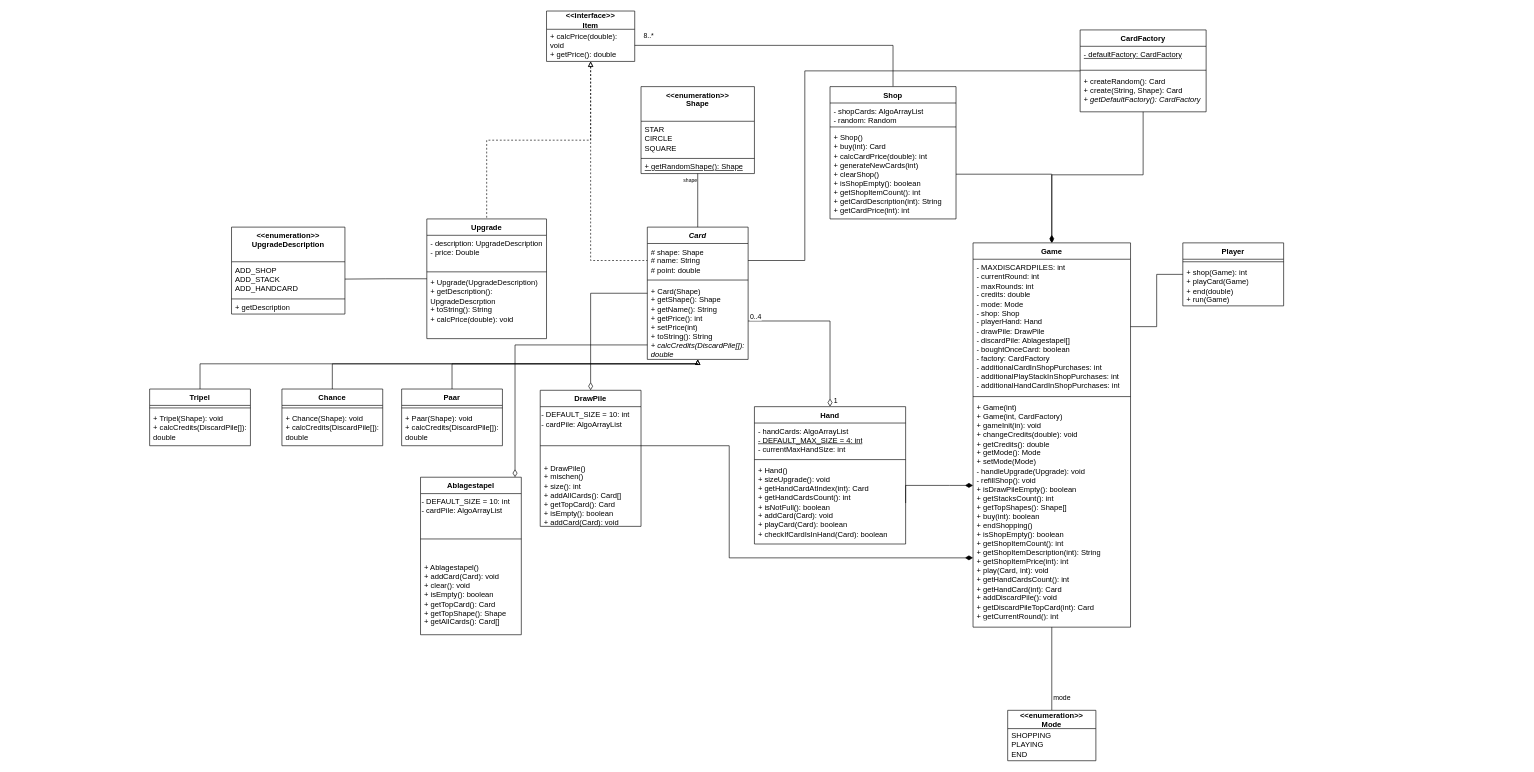
Above: UML/KrassesProgrammierenProjekt.drawio in TrainFan1804/CardGame (draw.io), before the change. Source tidied: cells renumbered, new cells numbered last; positions are measured from the earlier drawing's top-left corner, leaving out a move shared by most shapes. Both pictures are drawn from the tidied source at 63%, with x=0, y=0 at pixel (149, 11).
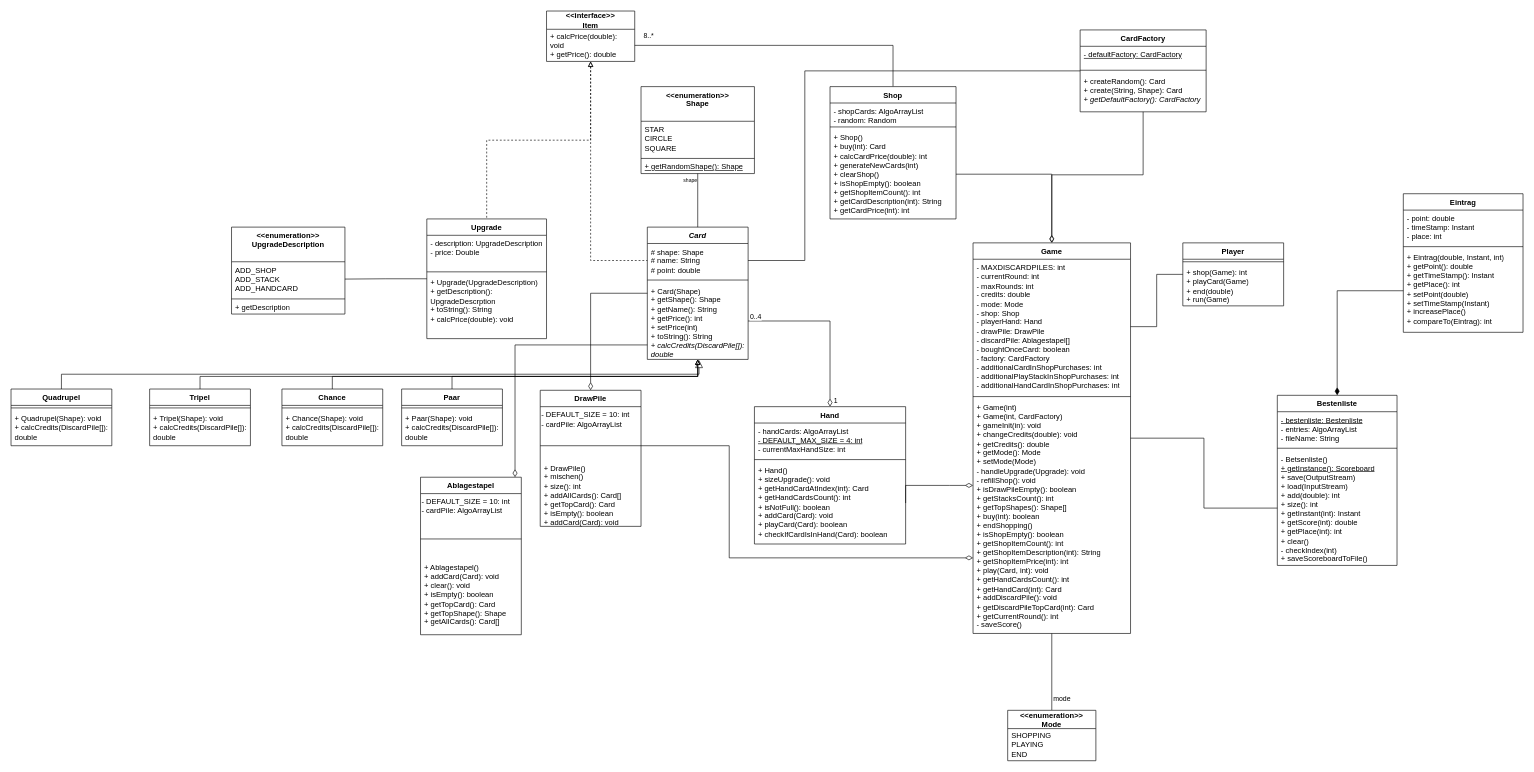
The same diagram, later.

The change refers to these unchanged cells:
```xml
<mxCell id="7" value="&lt;i&gt;Card&lt;/i&gt;" style="swimlane;fontStyle=1;align=center;verticalAlign=top;horizontal=1;startSize=26;whiteSpace=wrap;html=1;labelBackgroundColor=none;" parent="1" vertex="1">
  <mxGeometry x="790" y="343" width="160" height="210" as="geometry" />
</mxCell>
<mxCell id="10" value="+ Card(Shape)&lt;div&gt;+ getShape(): Shape&lt;/div&gt;&lt;div&gt;+ getName(): String&lt;/div&gt;&lt;div&gt;+ getPrice(): int&lt;/div&gt;&lt;div&gt;+ setPrice(int)&lt;/div&gt;&lt;div&gt;+ toString(): String&lt;/div&gt;&lt;div&gt;&lt;i&gt;+ calcCredits(DiscardPile[]): double&lt;/i&gt;&lt;br&gt;&lt;/div&gt;" style="text;strokeColor=none;fillColor=none;align=left;verticalAlign=top;spacingLeft=4;spacingRight=4;overflow=hidden;points=[[0,0.5],[1,0.5]];portConstraint=eastwest;whiteSpace=wrap;html=1;labelBackgroundColor=none;" parent="7" vertex="1">
  <mxGeometry y="88" width="160" height="122" as="geometry" />
</mxCell>
<mxCell id="31" value="&lt;div&gt;+ Hand()&lt;/div&gt;&lt;div&gt;+ sizeUpgrade(): void&lt;/div&gt;&lt;div&gt;+ getHandCardAtIndex(int): Card&lt;/div&gt;&lt;div&gt;+ getHandCardsCount(): int&lt;/div&gt;&lt;div&gt;+ isNotFull(): boolean&lt;/div&gt;&lt;div&gt;+ addCard(Card): void&lt;/div&gt;&lt;div&gt;+ playCard(Card): boolean&lt;/div&gt;&lt;div&gt;+ checkIfCardIsInHand(Card): boolean &lt;br&gt;&lt;/div&gt;" style="text;strokeColor=none;fillColor=none;align=left;verticalAlign=top;spacingLeft=4;spacingRight=4;overflow=hidden;points=[[0,0.5],[1,0.5]];portConstraint=eastwest;whiteSpace=wrap;html=1;labelBackgroundColor=none;" parent="28" vertex="1">
  <mxGeometry y="88" width="240" height="130" as="geometry" />
</mxCell>
<mxCell id="37" value="&lt;div&gt;+ Shop()&lt;/div&gt;+ buy(int): Card&lt;div&gt;+ calcCardPrice(double): int&lt;/div&gt;&lt;div&gt;+ generateNewCards(int)&lt;/div&gt;&lt;div&gt;+ clearShop()&lt;/div&gt;&lt;div&gt;+ isShopEmpty(): boolean&lt;/div&gt;&lt;div&gt;+ getShopItemCount(): int&lt;/div&gt;&lt;div&gt;+ getCardDescription(int): String&lt;/div&gt;&lt;div&gt;+ getCardPrice(int): int&lt;br&gt;&lt;div&gt;&lt;br&gt;&lt;/div&gt;&lt;/div&gt;" style="text;strokeColor=none;fillColor=none;align=left;verticalAlign=top;spacingLeft=4;spacingRight=4;overflow=hidden;points=[[0,0.5],[1,0.5]];portConstraint=eastwest;whiteSpace=wrap;html=1;labelBackgroundColor=none;" parent="34" vertex="1">
  <mxGeometry y="68" width="200" height="142" as="geometry" />
</mxCell>
<mxCell id="66" value="Chance" style="swimlane;fontStyle=1;align=center;verticalAlign=top;horizontal=1;startSize=26;whiteSpace=wrap;html=1;labelBackgroundColor=none;" parent="1" vertex="1">
  <mxGeometry x="210" y="600" width="160" height="90" as="geometry" />
</mxCell>
<mxCell id="69" value="Paar" style="swimlane;fontStyle=1;align=center;verticalAlign=top;horizontal=1;startSize=26;whiteSpace=wrap;html=1;labelBackgroundColor=none;" parent="1" vertex="1">
  <mxGeometry x="400" y="600" width="160" height="90" as="geometry" />
</mxCell>
<mxCell id="72" value="Tripel" style="swimlane;fontStyle=1;align=center;verticalAlign=top;horizontal=1;startSize=26;whiteSpace=wrap;html=1;labelBackgroundColor=none;" parent="1" vertex="1">
  <mxGeometry y="600" width="160" height="90" as="geometry" />
</mxCell>
<mxCell id="77" value="CardFactory" style="swimlane;fontStyle=1;align=center;verticalAlign=top;horizontal=1;startSize=26;whiteSpace=wrap;html=1;labelBackgroundColor=none;" parent="1" vertex="1">
  <mxGeometry x="1477" y="30" width="200" height="130" as="geometry" />
</mxCell>
```

The edit, as a diff of the source:
```diff
@@
     <mxCell id="2" style="edgeStyle=orthogonalEdgeStyle;rounded=0;jettySize=auto;html=1;entryX=0.5;entryY=0;entryDx=0;entryDy=0;startArrow=block;startFill=0;endArrow=none;endFill=0;" parent="1" edge="1" source="7" target="69">
       <mxGeometry relative="1" as="geometry">
         <Array as="points">
-          <mxPoint x="870" y="560" />
-          <mxPoint x="480" y="560" />
+          <mxPoint x="870" y="580" />
+          <mxPoint x="480" y="580" />
         </Array>
       </mxGeometry>
     </mxCell>
     <mxCell id="3" style="edgeStyle=orthogonalEdgeStyle;rounded=0;jettySize=auto;html=1;startArrow=block;startFill=0;endArrow=none;endFill=0;" parent="1" edge="1" source="7" target="66">
       <mxGeometry relative="1" as="geometry">
         <Array as="points">
-          <mxPoint x="870" y="560" />
-          <mxPoint x="290" y="560" />
+          <mxPoint x="870" y="580" />
+          <mxPoint x="290" y="580" />
         </Array>
       </mxGeometry>
     </mxCell>
     <mxCell id="4" style="edgeStyle=orthogonalEdgeStyle;rounded=0;jettySize=auto;html=1;endArrow=none;endFill=0;startArrow=block;startFill=0;" parent="1" edge="1" source="7" target="72">
       <mxGeometry relative="1" as="geometry">
         <Array as="points">
-          <mxPoint x="870" y="560" />
-          <mxPoint x="80" y="560" />
+          <mxPoint x="870" y="580" />
+          <mxPoint x="80" y="580" />
         </Array>
       </mxGeometry>
     </mxCell>
@@
-    <mxCell id="38" style="edgeStyle=orthogonalEdgeStyle;rounded=0;jettySize=auto;html=1;entryX=1;entryY=0.5;entryDx=0;entryDy=0;endArrow=none;endFill=0;startArrow=diamondThin;startFill=1;startSize=10;" parent="1" edge="1" source="41" target="37">
+    <mxCell id="38" style="edgeStyle=orthogonalEdgeStyle;rounded=0;jettySize=auto;html=1;entryX=1;entryY=0.5;entryDx=0;entryDy=0;endArrow=none;endFill=0;startArrow=diamondThin;startFill=0;startSize=10;" parent="1" edge="1" source="41" target="37">
       <mxGeometry relative="1" as="geometry" />
     </mxCell>
@@
+    <mxCell id="81" style="edgeStyle=orthogonalEdgeStyle;rounded=0;jettySize=auto;html=1;endArrow=none;endFill=0;" parent="1" edge="1" source="41" target="90">
+      <mxGeometry relative="1" as="geometry" />
+    </mxCell>
     <mxCell id="41" value="&lt;div&gt;Game&lt;/div&gt;" style="swimlane;fontStyle=1;align=center;verticalAlign=top;horizontal=1;startSize=26;whiteSpace=wrap;html=1;labelBackgroundColor=none;" parent="1" vertex="1">
-      <mxGeometry x="1307" y="368" width="250" height="610" as="geometry" />
+      <mxGeometry x="1307" y="368" width="250" height="620" as="geometry" />
     </mxCell>
@@
-    <mxCell id="44" value="&lt;div&gt;&lt;span style=&quot;background-color: initial;&quot;&gt;+ Game(int)&lt;/span&gt;&lt;/div&gt;&lt;div&gt;&lt;span style=&quot;background-color: initial;&quot;&gt;+ Game(int, CardFactory)&lt;/span&gt;&lt;/div&gt;&lt;div&gt;&lt;span style=&quot;background-color: initial;&quot;&gt;+ gameInit(in): void&lt;/span&gt;&lt;/div&gt;&lt;div&gt;&lt;span style=&quot;background-color: initial;&quot;&gt;+ changeCredits(double): void&lt;/span&gt;&lt;/div&gt;&lt;div&gt;&lt;span style=&quot;background-color: initial;&quot;&gt;&lt;/span&gt;+ getCredits(): double&lt;/div&gt;&lt;div&gt;+ getMode(): Mode&lt;/div&gt;&lt;div&gt;+ setMode(Mode)&lt;/div&gt;&lt;div&gt;- handleUpgrade(Upgrade): void&lt;br&gt;&lt;/div&gt;&lt;div&gt;- refillShop(): void&lt;/div&gt;&lt;div&gt;+ isDrawPileEmpty(): boolean&lt;/div&gt;&lt;div&gt;+ getStacksCount(): int&lt;/div&gt;&lt;div&gt;+ getTopShapes(): Shape[]&lt;/div&gt;&lt;div&gt;+ buy(int): boolean&lt;/div&gt;&lt;div&gt;+ endShopping()&lt;/div&gt;&lt;div&gt;+ isShopEmpty(): boolean&lt;/div&gt;&lt;div&gt;+ getShopItemCount(): int&lt;/div&gt;&lt;div&gt;+ getShopItemDescription(int): String&lt;/div&gt;&lt;div&gt;+ getShopItemPrice(int): int&lt;/div&gt;+ play(Card, int): void&lt;br&gt;&lt;div&gt;+ getHandCardsCount(): int&lt;/div&gt;&lt;div&gt;+ getHandCard(int): Card&lt;/div&gt;&lt;div&gt;+ addDiscardPile(): void&lt;br&gt;&lt;/div&gt;&lt;div&gt;+ getDiscardPileTopCard(int): Card&lt;/div&gt;&lt;div&gt;+ getCurrentRound(): int&lt;br&gt;&lt;/div&gt;" style="text;strokeColor=none;fillColor=none;align=left;verticalAlign=top;spacingLeft=4;spacingRight=4;overflow=hidden;points=[[0,0.5],[1,0.5]];portConstraint=eastwest;whiteSpace=wrap;html=1;labelBackgroundColor=none;" parent="41" vertex="1">
-      <mxGeometry y="248" width="250" height="362" as="geometry" />
+    <mxCell id="44" value="&lt;div&gt;&lt;span style=&quot;background-color: initial;&quot;&gt;+ Game(int)&lt;/span&gt;&lt;/div&gt;&lt;div&gt;&lt;span style=&quot;background-color: initial;&quot;&gt;+ Game(int, CardFactory)&lt;/span&gt;&lt;/div&gt;&lt;div&gt;&lt;span style=&quot;background-color: initial;&quot;&gt;+ gameInit(in): void&lt;/span&gt;&lt;/div&gt;&lt;div&gt;&lt;span style=&quot;background-color: initial;&quot;&gt;+ changeCredits(double): void&lt;/span&gt;&lt;/div&gt;&lt;div&gt;&lt;span style=&quot;background-color: initial;&quot;&gt;&lt;/span&gt;+ getCredits(): double&lt;/div&gt;&lt;div&gt;+ getMode(): Mode&lt;/div&gt;&lt;div&gt;+ setMode(Mode)&lt;/div&gt;&lt;div&gt;- handleUpgrade(Upgrade): void&lt;br&gt;&lt;/div&gt;&lt;div&gt;- refillShop(): void&lt;/div&gt;&lt;div&gt;+ isDrawPileEmpty(): boolean&lt;/div&gt;&lt;div&gt;+ getStacksCount(): int&lt;/div&gt;&lt;div&gt;+ getTopShapes(): Shape[]&lt;/div&gt;&lt;div&gt;+ buy(int): boolean&lt;/div&gt;&lt;div&gt;+ endShopping()&lt;/div&gt;&lt;div&gt;+ isShopEmpty(): boolean&lt;/div&gt;&lt;div&gt;+ getShopItemCount(): int&lt;/div&gt;&lt;div&gt;+ getShopItemDescription(int): String&lt;/div&gt;&lt;div&gt;+ getShopItemPrice(int): int&lt;/div&gt;+ play(Card, int): void&lt;br&gt;&lt;div&gt;+ getHandCardsCount(): int&lt;/div&gt;&lt;div&gt;+ getHandCard(int): Card&lt;/div&gt;&lt;div&gt;+ addDiscardPile(): void&lt;br&gt;&lt;/div&gt;&lt;div&gt;+ getDiscardPileTopCard(int): Card&lt;/div&gt;&lt;div&gt;+ getCurrentRound(): int&lt;/div&gt;&lt;div&gt;- saveScore()&lt;br&gt;&lt;/div&gt;" style="text;strokeColor=none;fillColor=none;align=left;verticalAlign=top;spacingLeft=4;spacingRight=4;overflow=hidden;points=[[0,0.5],[1,0.5]];portConstraint=eastwest;whiteSpace=wrap;html=1;labelBackgroundColor=none;" parent="41" vertex="1">
+      <mxGeometry y="248" width="250" height="372" as="geometry" />
     </mxCell>
@@
-    <mxCell id="47" style="edgeStyle=orthogonalEdgeStyle;rounded=0;jettySize=auto;html=1;entryX=1;entryY=0.5;entryDx=0;entryDy=0;endArrow=none;endFill=0;startArrow=diamondThin;startFill=1;startSize=10;" parent="1" edge="1" source="44" target="31">
+    <mxCell id="47" style="edgeStyle=orthogonalEdgeStyle;rounded=0;jettySize=auto;html=1;entryX=1;entryY=0.5;entryDx=0;entryDy=0;endArrow=none;endFill=0;startArrow=diamondThin;startFill=0;startSize=10;" parent="1" edge="1" source="44" target="31">
       <mxGeometry relative="1" as="geometry">
         <Array as="points">
           <mxPoint x="1270" y="753" />
           <mxPoint x="1270" y="753" />
         </Array>
       </mxGeometry>
     </mxCell>
-    <mxCell id="48" style="edgeStyle=elbowEdgeStyle;rounded=0;orthogonalLoop=1;jettySize=auto;html=1;strokeColor=default;entryX=1;entryY=0.5;entryDx=0;entryDy=0;endArrow=none;endFill=0;startArrow=diamondThin;startFill=1;startSize=10;" parent="1" edge="1">
+    <mxCell id="48" style="edgeStyle=elbowEdgeStyle;rounded=0;orthogonalLoop=1;jettySize=auto;html=1;strokeColor=default;entryX=1;entryY=0.5;entryDx=0;entryDy=0;endArrow=none;endFill=0;startArrow=diamondThin;startFill=0;startSize=10;" parent="1" edge="1">
       <mxGeometry relative="1" as="geometry">
         <mxPoint x="1307" y="868" as="sourcePoint" />
         <mxPoint x="780" y="690" as="targetPoint" />
         <Array as="points">
           <mxPoint x="920" y="871" />
         </Array>
       </mxGeometry>
     </mxCell>
@@
-    <mxCell id="75" style="edgeStyle=orthogonalEdgeStyle;rounded=0;jettySize=auto;html=1;entryX=0.5;entryY=0;entryDx=0;entryDy=0;endArrow=diamondThin;endFill=1;" parent="1" edge="1" source="77" target="41">
+    <mxCell id="75" style="edgeStyle=orthogonalEdgeStyle;rounded=0;jettySize=auto;html=1;entryX=0.5;entryY=0;entryDx=0;entryDy=0;endArrow=diamondThin;endFill=0;endSize=9;" parent="1" edge="1" source="77" target="41">
       <mxGeometry relative="1" as="geometry">
         <Array as="points">
           <mxPoint x="1577" y="260" />
           <mxPoint x="1432" y="260" />
         </Array>
       </mxGeometry>
     </mxCell>
@@
+    <mxCell id="82" value="Quadrupel" style="swimlane;fontStyle=1;align=center;verticalAlign=top;horizontal=1;startSize=26;whiteSpace=wrap;html=1;labelBackgroundColor=none;" parent="1" vertex="1">
+      <mxGeometry x="-220" y="600" width="160" height="90" as="geometry" />
+    </mxCell>
+    <mxCell id="83" style="line;strokeWidth=1;fillColor=none;align=left;verticalAlign=middle;spacingTop=-1;spacingLeft=3;spacingRight=3;labelPosition=right;labelBackgroundColor=none;" parent="82" vertex="1">
+      <mxGeometry y="26" width="160" height="8" as="geometry" />
+    </mxCell>
+    <mxCell id="84" value="&lt;div&gt;+ Quadrupel(Shape): void&lt;/div&gt;&lt;div&gt;+ calcCredits(DiscardPile[]): double&lt;br&gt;&lt;/div&gt;" style="text;strokeColor=none;fillColor=none;align=left;verticalAlign=top;spacingLeft=4;spacingRight=4;overflow=hidden;whiteSpace=wrap;html=1;labelBackgroundColor=none;" parent="82" vertex="1">
+      <mxGeometry y="34" width="160" height="56" as="geometry" />
+    </mxCell>
+    <mxCell id="85" style="edgeStyle=orthogonalEdgeStyle;rounded=0;jettySize=auto;html=1;entryX=0.513;entryY=1.008;entryDx=0;entryDy=0;entryPerimeter=0;endArrow=block;endFill=0;endSize=10;" parent="1" edge="1" source="82" target="10">
+      <mxGeometry relative="1" as="geometry" />
+    </mxCell>
+    <mxCell id="86" style="edgeStyle=orthogonalEdgeStyle;rounded=0;jettySize=auto;html=1;entryX=0;entryY=0.5;entryDx=0;entryDy=0;endArrow=none;endFill=0;startArrow=diamondThin;startFill=1;startSize=10;" parent="1" edge="1" source="87" target="94">
+      <mxGeometry relative="1" as="geometry" />
+    </mxCell>
+    <mxCell id="87" value="Bestenliste" style="swimlane;fontStyle=1;align=center;verticalAlign=top;horizontal=1;startSize=26;whiteSpace=wrap;html=1;labelBackgroundColor=none;" parent="1" vertex="1">
+      <mxGeometry x="1790" y="610" width="190" height="270" as="geometry" />
+    </mxCell>
+    <mxCell id="88" value="&lt;div&gt;&lt;u&gt;- bestenliste: Bestenliste&lt;/u&gt;&lt;/div&gt;&lt;div&gt;- entries: AlgoArrayList&lt;/div&gt;&lt;div&gt;- fileName: String&lt;br&gt;&lt;/div&gt;" style="text;strokeColor=none;fillColor=none;align=left;verticalAlign=top;spacingLeft=4;spacingRight=4;overflow=hidden;whiteSpace=wrap;html=1;labelBackgroundColor=none;" parent="87" vertex="1">
+      <mxGeometry y="26" width="190" height="54" as="geometry" />
+    </mxCell>
+    <mxCell id="89" style="line;strokeWidth=1;fillColor=none;align=left;verticalAlign=middle;spacingTop=-1;spacingLeft=3;spacingRight=3;labelPosition=right;labelBackgroundColor=none;" parent="87" vertex="1">
+      <mxGeometry y="80" width="190" height="8" as="geometry" />
+    </mxCell>
+    <mxCell id="90" value="&lt;div&gt;- Betsenliste()&lt;/div&gt;&lt;div&gt;&lt;u&gt;+ getInstance(): Scoreboard&lt;/u&gt;&lt;/div&gt;&lt;div&gt;+ save(OutputStream)&lt;/div&gt;&lt;div&gt;+ load(InputStream)&lt;/div&gt;&lt;div&gt;+ add(double): int&lt;/div&gt;&lt;div&gt;+ size(): int&lt;/div&gt;&lt;div&gt;+ getInstant(int): Instant&lt;/div&gt;&lt;div&gt;+ getScore(int): double&lt;/div&gt;&lt;div&gt;+ getPlace(int): int&lt;/div&gt;&lt;div&gt;+ clear()&lt;/div&gt;&lt;div&gt;- checkIndex(int)&lt;/div&gt;&lt;div&gt;+ saveScoreboardToFile()&lt;br&gt;&lt;/div&gt;&lt;div&gt;&lt;br&gt;&lt;/div&gt;" style="text;strokeColor=none;fillColor=none;align=left;verticalAlign=top;spacingLeft=4;spacingRight=4;overflow=hidden;points=[[0,0.5],[1,0.5]];portConstraint=eastwest;whiteSpace=wrap;html=1;labelBackgroundColor=none;" parent="87" vertex="1">
+      <mxGeometry y="88" width="190" height="182" as="geometry" />
+    </mxCell>
+    <mxCell id="91" value="Eintrag" style="swimlane;fontStyle=1;align=center;verticalAlign=top;horizontal=1;startSize=26;whiteSpace=wrap;html=1;labelBackgroundColor=none;" parent="1" vertex="1">
+      <mxGeometry x="1990" y="290" width="190" height="220" as="geometry" />
+    </mxCell>
+    <mxCell id="92" value="&lt;div&gt;- point: double&lt;/div&gt;&lt;div&gt;- timeStamp: Instant&lt;/div&gt;&lt;div&gt;- place: int&lt;br&gt;&lt;/div&gt;" style="text;strokeColor=none;fillColor=none;align=left;verticalAlign=top;spacingLeft=4;spacingRight=4;overflow=hidden;whiteSpace=wrap;html=1;labelBackgroundColor=none;" parent="91" vertex="1">
+      <mxGeometry y="26" width="190" height="54" as="geometry" />
+    </mxCell>
+    <mxCell id="93" style="line;strokeWidth=1;fillColor=none;align=left;verticalAlign=middle;spacingTop=-1;spacingLeft=3;spacingRight=3;labelPosition=right;labelBackgroundColor=none;" parent="91" vertex="1">
+      <mxGeometry y="80" width="190" height="8" as="geometry" />
+    </mxCell>
+    <mxCell id="94" value="&lt;div&gt;+ Eintrag(double, Instant, int)&lt;/div&gt;&lt;div&gt;+ getPoint(): double&lt;/div&gt;&lt;div&gt;+ getTimeStamp(): Instant&lt;/div&gt;&lt;div&gt;+ getPlace(): int&lt;/div&gt;&lt;div&gt;+ setPoint(double)&lt;/div&gt;&lt;div&gt;+ setTimeStamp(Instant)&lt;/div&gt;&lt;div&gt;+ increasePlace()&lt;/div&gt;&lt;div&gt;+ compareTo(Eintrag): int&lt;br&gt;&lt;/div&gt;&lt;div&gt;&lt;br&gt;&lt;/div&gt;" style="text;strokeColor=none;fillColor=none;align=left;verticalAlign=top;spacingLeft=4;spacingRight=4;overflow=hidden;points=[[0,0.5],[1,0.5]];portConstraint=eastwest;whiteSpace=wrap;html=1;labelBackgroundColor=none;" parent="91" vertex="1">
+      <mxGeometry y="88" width="190" height="132" as="geometry" />
+    </mxCell>
```
